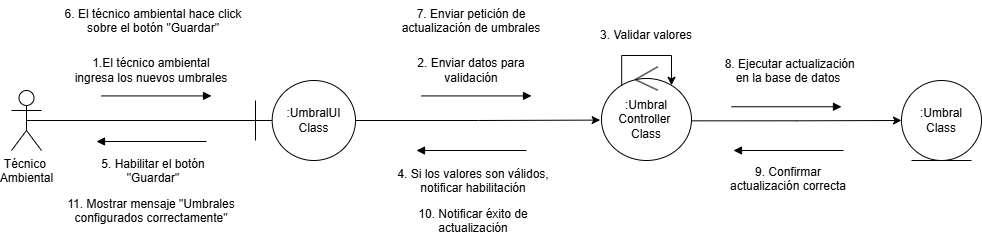
Earlier version of the draw.io export docs/Diagramas/Draw Files/ConfigurarUmbralesUC/DiagramaColaboracion.drawio.png (cataaap24/LaVenturosa). Source tidied: cells renumbered, new cells last; positions are measured from the earlier drawing's top-left corner, leaving out a move shared by most shapes.
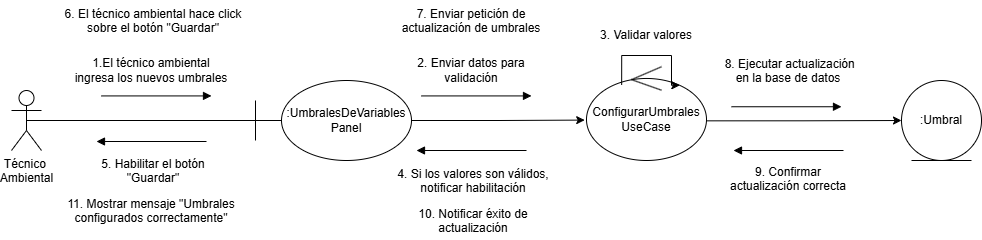
Above is the later version.

Change to the diagram source:
```diff
@@ -11,13 +11,13 @@
     <mxCell id="4" style="edgeStyle=orthogonalEdgeStyle;rounded=0;jettySize=auto;html=1;entryX=-0.015;entryY=0.569;entryDx=0;entryDy=0;entryPerimeter=0;" parent="1" edge="1" source="5" target="14">
       <mxGeometry relative="1" as="geometry" />
     </mxCell>
-    <mxCell id="5" value=":UmbralUI&lt;div&gt;Class&lt;/div&gt;" style="shape=umlBoundary;whiteSpace=wrap;html=1;" parent="1" vertex="1">
-      <mxGeometry x="244" y="80" width="100" height="80" as="geometry" />
+    <mxCell id="5" value=":UmbralesDeVariables&lt;div&gt;Panel&lt;br&gt;&lt;/div&gt;" style="shape=umlBoundary;whiteSpace=wrap;html=1;" parent="1" vertex="1">
+      <mxGeometry x="244" y="80" width="156" height="80" as="geometry" />
     </mxCell>
     <mxCell id="6" style="edgeStyle=orthogonalEdgeStyle;rounded=0;jettySize=auto;html=1;exitX=0.97;exitY=0.577;exitDx=0;exitDy=0;exitPerimeter=0;" parent="1" edge="1" source="14" target="7">
       <mxGeometry relative="1" as="geometry" />
     </mxCell>
-    <mxCell id="7" value=":Umbral&lt;div&gt;&lt;span style=&quot;background-color: transparent; color: light-dark(rgb(0, 0, 0), rgb(255, 255, 255));&quot;&gt;Class&lt;/span&gt;&lt;/div&gt;" style="ellipse;shape=umlEntity;whiteSpace=wrap;html=1;" parent="1" vertex="1">
+    <mxCell id="7" value=":Umbral" style="ellipse;shape=umlEntity;whiteSpace=wrap;html=1;" parent="1" vertex="1">
       <mxGeometry x="890" y="80" width="80" height="80" as="geometry" />
     </mxCell>
     <mxCell id="8" style="endArrow=block;endFill=1;endSize=6;html=1;rounded=0;" parent="1" edge="1">
@@ -47,8 +47,8 @@
     <mxCell id="13" value="2. Enviar datos para validación" style="text;html=1;whiteSpace=wrap;strokeColor=none;fillColor=none;align=center;verticalAlign=middle;rounded=0;" parent="1" vertex="1">
       <mxGeometry x="380" y="55.4" width="160" height="30" as="geometry" />
     </mxCell>
-    <mxCell id="14" value=":Umbral&lt;div&gt;Controller&amp;nbsp;&lt;/div&gt;&lt;div&gt;Class&lt;/div&gt;" style="ellipse;shape=umlControl;whiteSpace=wrap;html=1;" parent="1" vertex="1">
-      <mxGeometry x="590" y="66.2" width="90" height="93.8" as="geometry" />
+    <mxCell id="14" value="ConfigurarUmbrales&lt;div&gt;UseCase&lt;/div&gt;" style="ellipse;shape=umlControl;whiteSpace=wrap;html=1;" parent="1" vertex="1">
+      <mxGeometry x="575" y="66.2" width="120" height="93.8" as="geometry" />
     </mxCell>
     <mxCell id="15" style="edgeStyle=orthogonalEdgeStyle;rounded=0;jettySize=auto;html=1;exitX=0.322;exitY=0.112;exitDx=0;exitDy=0;exitPerimeter=0;entryX=0.778;entryY=0.198;entryDx=0;entryDy=0;entryPerimeter=0;" parent="1" edge="1" target="14">
       <mxGeometry relative="1" as="geometry">
```
